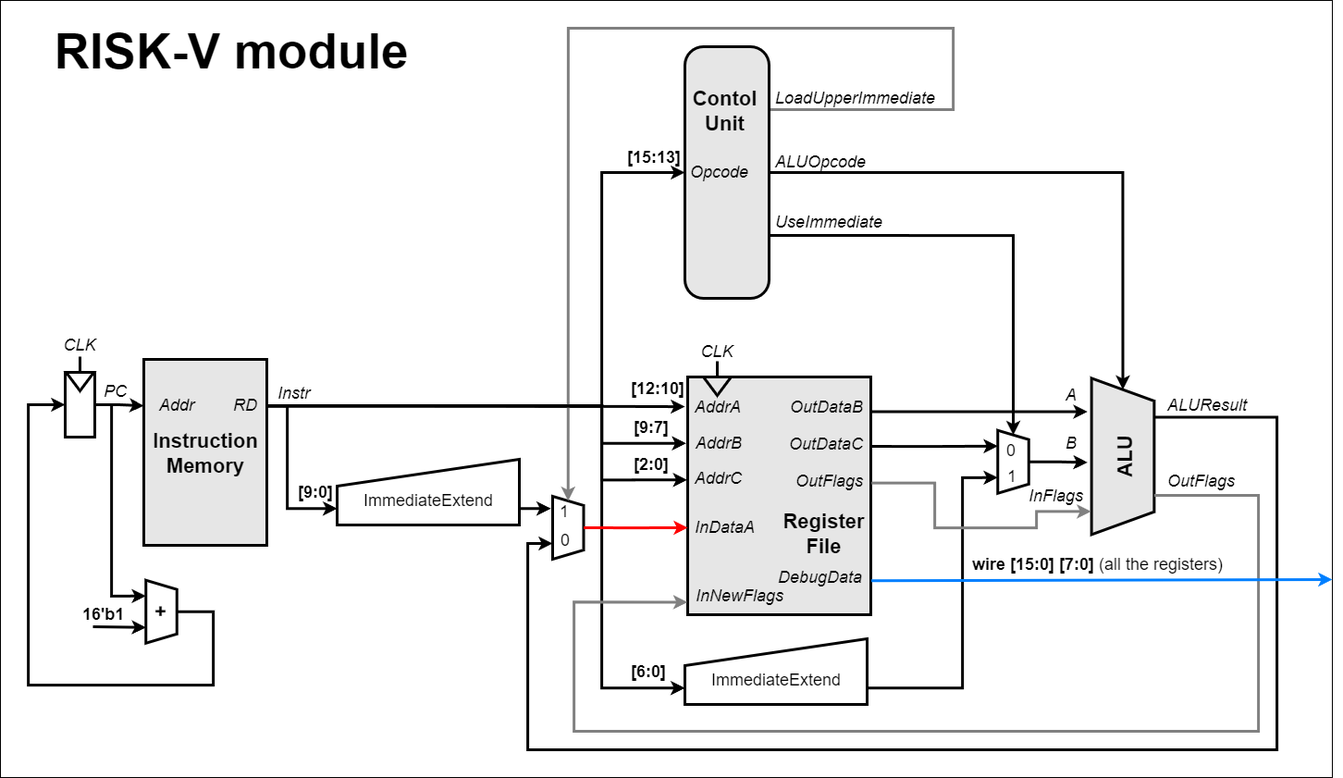
This is materials/diagram/diagram.png from superstudy160/RISC-V-i16-A-Project, a draw.io export, as it was before one commit. Source tidied: cells renumbered, new cells last; positions are measured from the earlier drawing's top-left corner, leaving out a move shared by most shapes.
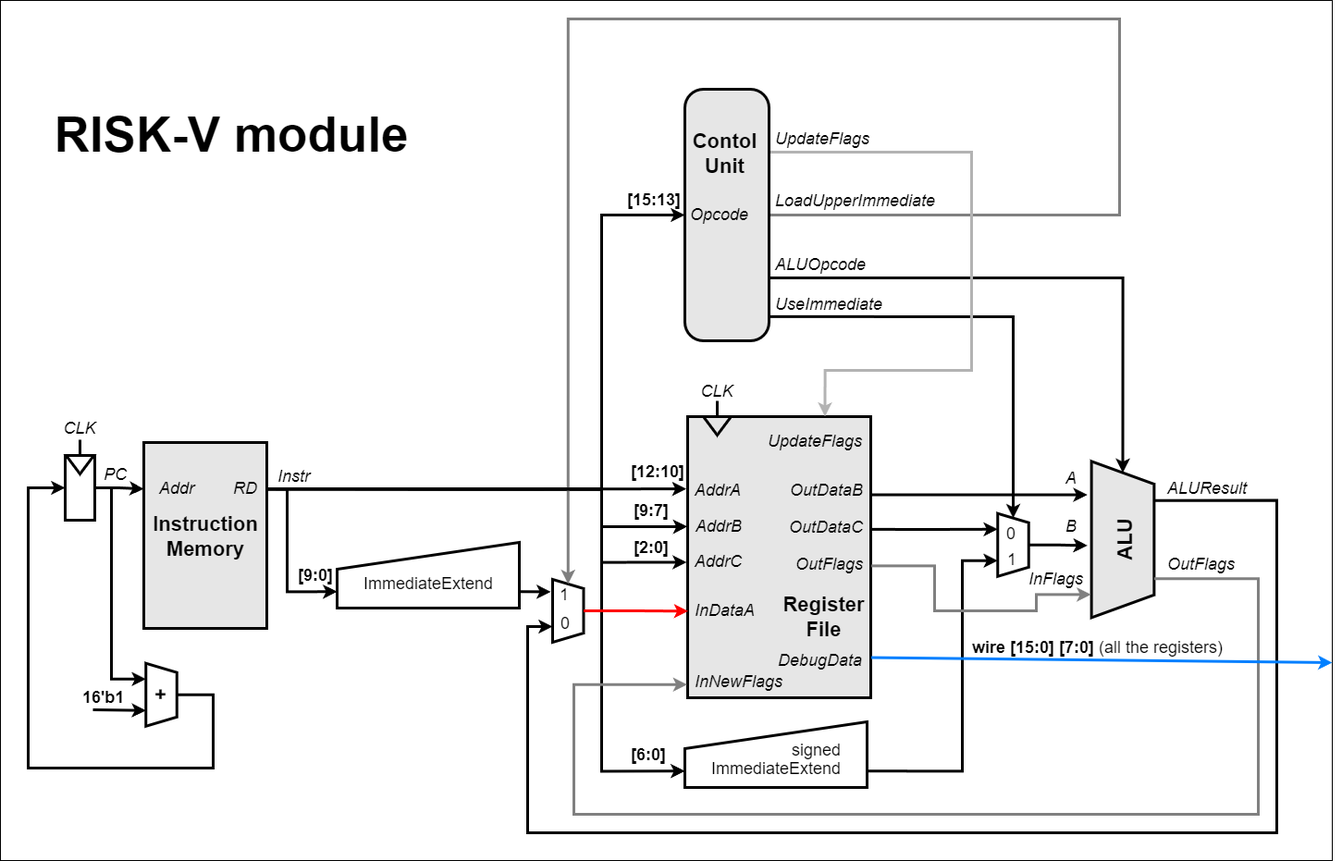
After the change.

What changed in the source:
```diff
@@ -3,7 +3,7 @@
     <mxCell id="0" />
     <mxCell id="1" parent="0" />
     <mxCell id="2" style="rounded=0;whiteSpace=wrap;html=1;" parent="1" vertex="1">
-      <mxGeometry width="1440" height="840" as="geometry" />
+      <mxGeometry y="-90" width="1440" height="930" as="geometry" />
     </mxCell>
     <mxCell id="3" style="edgeStyle=orthogonalEdgeStyle;rounded=0;jettySize=auto;html=1;exitX=1;exitY=0.25;exitDx=0;exitDy=0;entryX=0;entryY=0.75;entryDx=0;entryDy=0;strokeWidth=3;" parent="1" edge="1" source="6" target="18">
       <mxGeometry relative="1" as="geometry">
@@ -17,7 +17,7 @@
       <mxGeometry relative="1" as="geometry">
         <Array as="points">
           <mxPoint x="650" y="438" />
-          <mxPoint x="650" y="186" />
+          <mxPoint x="650" y="142" />
         </Array>
       </mxGeometry>
     </mxCell>
@@ -38,35 +38,44 @@
     <mxCell id="8" style="edgeStyle=orthogonalEdgeStyle;rounded=0;jettySize=auto;html=1;exitX=1;exitY=0.75;exitDx=0;exitDy=0;entryX=0.202;entryY=1.061;entryDx=0;entryDy=0;entryPerimeter=0;strokeWidth=3;" parent="1" edge="1" source="18" target="11">
       <mxGeometry relative="1" as="geometry" />
     </mxCell>
-    <mxCell id="9" style="edgeStyle=orthogonalEdgeStyle;rounded=0;jettySize=auto;html=1;exitX=0.999;exitY=0.292;exitDx=0;exitDy=0;entryX=0.25;entryY=1;entryDx=0;entryDy=0;exitPerimeter=0;strokeWidth=3;" parent="1" edge="1" source="10" target="35">
+    <mxCell id="9" style="edgeStyle=orthogonalEdgeStyle;rounded=0;jettySize=auto;html=1;exitX=1.002;exitY=0.401;exitDx=0;exitDy=0;entryX=0.25;entryY=1;entryDx=0;entryDy=0;exitPerimeter=0;strokeWidth=3;" parent="1" edge="1" source="10" target="35">
       <mxGeometry relative="1" as="geometry" />
     </mxCell>
     <mxCell id="10" style="rounded=0;whiteSpace=wrap;html=1;fillColor=#E6E6E6;strokeWidth=3;" parent="1" vertex="1">
-      <mxGeometry x="743" y="407" width="198" height="257" as="geometry" />
+      <mxGeometry x="743" y="360" width="198" height="304" as="geometry" />
     </mxCell>
     <mxCell id="11" style="shape=trapezoid;perimeter=trapezoidPerimeter;whiteSpace=wrap;html=1;fixedSize=1;rotation=90;fillColor=none;strokeWidth=3;size=9.929862039130967;" parent="1" vertex="1">
       <mxGeometry x="579.8" y="553.2" width="68" height="33.5" as="geometry" />
     </mxCell>
-    <mxCell id="12" style="edgeStyle=orthogonalEdgeStyle;rounded=0;jettySize=auto;html=1;exitX=1;exitY=0.25;exitDx=0;exitDy=0;entryX=-0.015;entryY=0.125;entryDx=0;entryDy=0;entryPerimeter=0;strokeWidth=3;" parent="1" edge="1" source="6" target="10">
+    <mxCell id="12" style="edgeStyle=orthogonalEdgeStyle;rounded=0;jettySize=auto;html=1;exitX=1;exitY=0.25;exitDx=0;exitDy=0;entryX=-0.007;entryY=0.257;entryDx=0;entryDy=0;strokeWidth=3;entryPerimeter=0;" parent="1" edge="1" source="6" target="10">
       <mxGeometry relative="1" as="geometry" />
     </mxCell>
-    <mxCell id="13" style="edgeStyle=orthogonalEdgeStyle;rounded=0;jettySize=auto;html=1;exitX=1;exitY=0.5;exitDx=0;exitDy=0;entryX=0;entryY=0.5;entryDx=0;entryDy=0;strokeWidth=3;" parent="1" edge="1" source="16" target="37">
+    <mxCell id="13" style="edgeStyle=orthogonalEdgeStyle;rounded=0;jettySize=auto;html=1;exitX=1;exitY=0.75;exitDx=0;exitDy=0;entryX=0;entryY=0.5;entryDx=0;entryDy=0;strokeWidth=3;" parent="1" edge="1" source="16" target="37">
       <mxGeometry relative="1" as="geometry" />
     </mxCell>
-    <mxCell id="14" style="edgeStyle=orthogonalEdgeStyle;rounded=0;jettySize=auto;html=1;exitX=1;exitY=0.75;exitDx=0;exitDy=0;entryX=0;entryY=0.5;entryDx=0;entryDy=0;strokeWidth=3;" parent="1" edge="1" source="16" target="35">
+    <mxCell id="14" style="edgeStyle=orthogonalEdgeStyle;rounded=0;jettySize=auto;html=1;exitX=1.005;exitY=0.904;exitDx=0;exitDy=0;entryX=0;entryY=0.5;entryDx=0;entryDy=0;strokeWidth=3;exitPerimeter=0;" parent="1" edge="1" source="16" target="35">
       <mxGeometry relative="1" as="geometry" />
     </mxCell>
-    <mxCell id="15" style="edgeStyle=orthogonalEdgeStyle;rounded=0;jettySize=auto;html=1;exitX=1;exitY=0.25;exitDx=0;exitDy=0;entryX=0;entryY=0.5;entryDx=0;entryDy=0;strokeWidth=3;strokeColor=#808080;" parent="1" edge="1" source="16" target="11">
+    <mxCell id="15" style="edgeStyle=orthogonalEdgeStyle;rounded=0;jettySize=auto;html=1;exitX=1;exitY=0.5;exitDx=0;exitDy=0;entryX=0;entryY=0.5;entryDx=0;entryDy=0;strokeWidth=3;strokeColor=#808080;" parent="1" edge="1" source="16" target="11">
       <mxGeometry relative="1" as="geometry">
         <Array as="points">
-          <mxPoint x="1030" y="118" />
-          <mxPoint x="1030" y="30" />
-          <mxPoint x="614" y="30" />
+          <mxPoint x="1210" y="142" />
+          <mxPoint x="1210" y="-70" />
+          <mxPoint x="614" y="-70" />
         </Array>
       </mxGeometry>
     </mxCell>
+    <mxCell id="85" style="edgeStyle=orthogonalEdgeStyle;html=1;exitX=1;exitY=0.25;exitDx=0;exitDy=0;entryX=0.75;entryY=0;entryDx=0;entryDy=0;strokeColor=#B3B3B3;strokeWidth=3;rounded=0;" parent="1" edge="1" source="16" target="10">
+      <mxGeometry relative="1" as="geometry">
+        <Array as="points">
+          <mxPoint x="1050" y="74" />
+          <mxPoint x="1050" y="310" />
+          <mxPoint x="892" y="310" />
+        </Array>
+      </mxGeometry>
+    </mxCell>
     <mxCell id="16" style="rounded=1;whiteSpace=wrap;html=1;fillColor=#E6E6E6;strokeWidth=3;arcSize=22;" parent="1" vertex="1">
-      <mxGeometry x="740" y="50" width="91" height="272" as="geometry" />
+      <mxGeometry x="740" y="6" width="91" height="272" as="geometry" />
     </mxCell>
     <mxCell id="17" style="group;" parent="1" vertex="1">
       <mxGeometry x="364" y="496" width="197" height="71" as="geometry" />
@@ -78,52 +87,53 @@
       <mxGeometry x="26.5" y="30" width="144" height="30" as="geometry" />
     </mxCell>
     <mxCell id="20" value="[15:13]" style="text;html=1;align=left;verticalAlign=middle;whiteSpace=wrap;rounded=0;fontSize=18;fontStyle=1;" parent="1" vertex="1">
-      <mxGeometry x="676" y="155" width="60" height="30" as="geometry" />
+      <mxGeometry x="676" y="111" width="60" height="30" as="geometry" />
     </mxCell>
     <mxCell id="21" value="&lt;font style=&quot;font-size: 22px;&quot;&gt;Contol Unit&lt;/font&gt;" style="text;html=1;align=center;verticalAlign=middle;whiteSpace=wrap;rounded=0;fontSize=18;fontStyle=1;" parent="1" vertex="1">
-      <mxGeometry x="740" y="90" width="87" height="60" as="geometry" />
+      <mxGeometry x="740" y="46" width="87" height="60" as="geometry" />
     </mxCell>
     <mxCell id="22" value="[12:10]" style="text;html=1;align=left;verticalAlign=middle;whiteSpace=wrap;rounded=0;fontSize=18;fontStyle=1;" parent="1" vertex="1">
-      <mxGeometry x="680" y="400" width="60" height="40" as="geometry" />
+      <mxGeometry x="680" y="400" width="50" height="40" as="geometry" />
     </mxCell>
     <mxCell id="23" style="triangle;whiteSpace=wrap;html=1;fillColor=none;strokeWidth=3;rotation=90;" parent="1" vertex="1">
-      <mxGeometry x="765" y="402" width="20" height="30" as="geometry" />
+      <mxGeometry x="765" y="355" width="20" height="30" as="geometry" />
     </mxCell>
     <mxCell id="24" value="AddrA" style="text;html=1;align=left;verticalAlign=middle;whiteSpace=wrap;rounded=0;fontSize=18;fontStyle=2;" parent="1" vertex="1">
       <mxGeometry x="749" y="420" width="60" height="40" as="geometry" />
     </mxCell>
     <mxCell id="25" value="CLK" style="text;html=1;align=center;verticalAlign=middle;whiteSpace=wrap;rounded=0;fontSize=18;fontStyle=2;" parent="1" vertex="1">
-      <mxGeometry x="745" y="370" width="60" height="20" as="geometry" />
+      <mxGeometry x="745" y="323" width="60" height="20" as="geometry" />
     </mxCell>
     <mxCell id="26" style="endArrow=none;html=1;rounded=0;exitX=0;exitY=0.5;exitDx=0;exitDy=0;entryX=0.5;entryY=1;entryDx=0;entryDy=0;strokeWidth=3;" parent="1" edge="1" source="23" target="25">
       <mxGeometry relative="1" as="geometry" />
     </mxCell>
-    <mxCell id="27" style="edgeStyle=orthogonalEdgeStyle;rounded=0;jettySize=auto;html=1;exitX=1;exitY=0.25;exitDx=0;exitDy=0;entryX=-0.008;entryY=0.279;entryDx=0;entryDy=0;entryPerimeter=0;strokeWidth=3;" parent="1" edge="1" source="6" target="10">
+    <mxCell id="27" style="edgeStyle=orthogonalEdgeStyle;rounded=0;jettySize=auto;html=1;exitX=1;exitY=0.25;exitDx=0;exitDy=0;strokeWidth=3;entryX=-0.002;entryY=0.391;entryDx=0;entryDy=0;entryPerimeter=0;" parent="1" edge="1" source="6" target="10">
       <mxGeometry relative="1" as="geometry">
         <Array as="points">
           <mxPoint x="650" y="438" />
           <mxPoint x="650" y="479" />
+          <mxPoint x="730" y="479" />
         </Array>
       </mxGeometry>
     </mxCell>
     <mxCell id="28" value="[9:7]" style="text;html=1;align=left;verticalAlign=middle;whiteSpace=wrap;rounded=0;fontSize=18;fontStyle=1;" parent="1" vertex="1">
-      <mxGeometry x="683" y="442" width="60" height="40" as="geometry" />
+      <mxGeometry x="683" y="442" width="37" height="40" as="geometry" />
     </mxCell>
     <mxCell id="29" value="AddrB" style="text;html=1;align=left;verticalAlign=middle;whiteSpace=wrap;rounded=0;fontSize=18;fontStyle=2;" parent="1" vertex="1">
       <mxGeometry x="750" y="459" width="60" height="40" as="geometry" />
     </mxCell>
-    <mxCell id="30" style="edgeStyle=orthogonalEdgeStyle;rounded=0;jettySize=auto;html=1;exitX=1;exitY=0.25;exitDx=0;exitDy=0;entryX=-0.003;entryY=0.433;entryDx=0;entryDy=0;entryPerimeter=0;strokeWidth=3;" parent="1" edge="1" source="6" target="10">
+    <mxCell id="30" style="edgeStyle=orthogonalEdgeStyle;rounded=0;jettySize=auto;html=1;exitX=1;exitY=0.25;exitDx=0;exitDy=0;entryX=-0.005;entryY=0.518;entryDx=0;entryDy=0;entryPerimeter=0;strokeWidth=3;" parent="1" edge="1" source="6" target="10">
       <mxGeometry relative="1" as="geometry">
         <Array as="points">
           <mxPoint x="650" y="438" />
-          <mxPoint x="650" y="518" />
+          <mxPoint x="650" y="517" />
         </Array>
       </mxGeometry>
     </mxCell>
     <mxCell id="31" value="AddrC" style="text;html=1;align=left;verticalAlign=middle;whiteSpace=wrap;rounded=0;fontSize=18;fontStyle=2;" parent="1" vertex="1">
       <mxGeometry x="749" y="497" width="60" height="40" as="geometry" />
     </mxCell>
-    <mxCell id="32" style="edgeStyle=orthogonalEdgeStyle;rounded=0;jettySize=auto;html=1;exitX=0.5;exitY=0;exitDx=0;exitDy=0;entryX=0.001;entryY=0.634;entryDx=0;entryDy=0;entryPerimeter=0;strokeWidth=3;fillColor=#f8cecc;strokeColor=#FF0000;" parent="1" edge="1" source="11" target="10">
+    <mxCell id="32" style="edgeStyle=orthogonalEdgeStyle;rounded=0;jettySize=auto;html=1;exitX=0.5;exitY=0;exitDx=0;exitDy=0;entryX=0.003;entryY=0.692;entryDx=0;entryDy=0;entryPerimeter=0;strokeWidth=3;fillColor=#f8cecc;strokeColor=#FF0000;" parent="1" edge="1" source="11" target="10">
       <mxGeometry relative="1" as="geometry" />
     </mxCell>
     <mxCell id="33" value="InDataA" style="text;html=1;align=left;verticalAlign=middle;whiteSpace=wrap;rounded=0;fontSize=18;fontStyle=2;" parent="1" vertex="1">
@@ -149,10 +159,10 @@
       <mxGeometry x="1129" y="459" width="169" height="67.8" as="geometry" />
     </mxCell>
     <mxCell id="38" value="ALUOpcode" style="text;html=1;align=left;verticalAlign=middle;whiteSpace=wrap;rounded=0;fontSize=18;fontStyle=2;" parent="1" vertex="1">
-      <mxGeometry x="836" y="155" width="109" height="40" as="geometry" />
+      <mxGeometry x="836" y="176" width="109" height="40" as="geometry" />
     </mxCell>
     <mxCell id="39" value="UseImmediate" style="text;html=1;align=left;verticalAlign=middle;whiteSpace=wrap;rounded=0;fontSize=18;fontStyle=2;" parent="1" vertex="1">
-      <mxGeometry x="836" y="220" width="134" height="40" as="geometry" />
+      <mxGeometry x="836" y="219" width="134" height="40" as="geometry" />
     </mxCell>
     <mxCell id="40" style="group;" parent="1" vertex="1">
       <mxGeometry x="740" y="690" width="197" height="71" as="geometry" />
@@ -160,9 +170,15 @@
     <mxCell id="41" value="&lt;p style=&quot;line-height: 120%;&quot;&gt;&lt;br&gt;&lt;/p&gt;" style="shape=manualInput;whiteSpace=wrap;html=1;fillColor=none;strokeWidth=3;size=29;align=center;" parent="40" vertex="1">
       <mxGeometry width="197" height="71" as="geometry" />
     </mxCell>
+    <mxCell id="86" style="group;" parent="40" vertex="1">
+      <mxGeometry x="26.5" y="16" width="144" height="50" as="geometry" />
+    </mxCell>
-    <mxCell id="42" value="ImmediateExtend" style="text;html=1;align=center;verticalAlign=middle;whiteSpace=wrap;rounded=0;fontSize=18;" parent="40" vertex="1">
-      <mxGeometry x="26.5" y="30" width="144" height="30" as="geometry" />
+    <mxCell id="42" value="ImmediateExtend" style="text;html=1;align=center;verticalAlign=middle;whiteSpace=wrap;rounded=0;fontSize=18;" parent="86" vertex="1">
+      <mxGeometry y="20" width="144" height="30" as="geometry" />
     </mxCell>
+    <mxCell id="87" value="signed" style="text;html=1;align=right;verticalAlign=middle;whiteSpace=wrap;rounded=0;fontSize=18;" parent="86" vertex="1">
+      <mxGeometry x="27" width="117" height="30" as="geometry" />
+    </mxCell>
     <mxCell id="43" value="1" style="text;html=1;align=left;verticalAlign=middle;whiteSpace=wrap;rounded=0;fontSize=18;fontStyle=0;" parent="1" vertex="1">
       <mxGeometry x="602.6" y="533" width="22.2" height="40" as="geometry" />
     </mxCell>
@@ -181,7 +197,7 @@
     <mxCell id="48" style="edgeStyle=orthogonalEdgeStyle;rounded=0;jettySize=auto;html=1;exitX=0.5;exitY=0;exitDx=0;exitDy=0;entryX=0.539;entryY=1.064;entryDx=0;entryDy=0;entryPerimeter=0;strokeWidth=3;" parent="1" edge="1" source="35" target="37">
       <mxGeometry relative="1" as="geometry" />
     </mxCell>
-    <mxCell id="49" style="edgeStyle=orthogonalEdgeStyle;rounded=0;jettySize=auto;html=1;exitX=1.003;exitY=0.146;exitDx=0;exitDy=0;entryX=0.214;entryY=1.064;entryDx=0;entryDy=0;entryPerimeter=0;strokeWidth=3;exitPerimeter=0;" parent="1" edge="1" source="10" target="37">
+    <mxCell id="49" style="edgeStyle=orthogonalEdgeStyle;rounded=0;jettySize=auto;html=1;exitX=1.001;exitY=0.278;exitDx=0;exitDy=0;entryX=0.214;entryY=1.064;entryDx=0;entryDy=0;entryPerimeter=0;strokeWidth=3;exitPerimeter=0;" parent="1" edge="1" source="10" target="37">
       <mxGeometry relative="1" as="geometry" />
     </mxCell>
     <mxCell id="50" style="edgeStyle=orthogonalEdgeStyle;rounded=0;jettySize=auto;html=1;exitX=1;exitY=0.75;exitDx=0;exitDy=0;entryX=0.75;entryY=1;entryDx=0;entryDy=0;strokeWidth=3;" parent="1" edge="1" source="41" target="35">
@@ -192,10 +208,10 @@
         </Array>
       </mxGeometry>
     </mxCell>
-    <mxCell id="51" style="edgeStyle=orthogonalEdgeStyle;rounded=0;jettySize=auto;html=1;exitX=1.004;exitY=0.446;exitDx=0;exitDy=0;entryX=0.852;entryY=1.008;entryDx=0;entryDy=0;entryPerimeter=0;exitPerimeter=0;strokeWidth=3;strokeColor=#808080;" parent="1" edge="1" source="10" target="37">
+    <mxCell id="51" style="edgeStyle=orthogonalEdgeStyle;rounded=0;jettySize=auto;html=1;exitX=1.003;exitY=0.531;exitDx=0;exitDy=0;entryX=0.852;entryY=1.008;entryDx=0;entryDy=0;entryPerimeter=0;exitPerimeter=0;strokeWidth=3;strokeColor=#808080;" parent="1" edge="1" source="10" target="37">
       <mxGeometry relative="1" as="geometry">
         <Array as="points">
-          <mxPoint x="1010" y="522" />
+          <mxPoint x="1010" y="521" />
           <mxPoint x="1010" y="570" />
           <mxPoint x="1120" y="570" />
           <mxPoint x="1120" y="552" />
@@ -224,9 +240,9 @@
       <mxGeometry x="830" y="604" width="104" height="40" as="geometry" />
     </mxCell>
     <mxCell id="59" value="InNewFlags" style="text;html=1;align=left;verticalAlign=middle;whiteSpace=wrap;rounded=0;fontSize=18;fontStyle=2;" parent="1" vertex="1">
-      <mxGeometry x="750" y="624" width="117" height="40" as="geometry" />
+      <mxGeometry x="749" y="627" width="117" height="40" as="geometry" />
     </mxCell>
-    <mxCell id="60" style="edgeStyle=orthogonalEdgeStyle;rounded=0;jettySize=auto;html=1;exitX=0.75;exitY=0;exitDx=0;exitDy=0;entryX=-0.001;entryY=0.947;entryDx=0;entryDy=0;entryPerimeter=0;strokeWidth=3;strokeColor=#808080;" parent="1" edge="1" source="37" target="10">
+    <mxCell id="60" style="edgeStyle=orthogonalEdgeStyle;rounded=0;jettySize=auto;html=1;exitX=0.75;exitY=0;exitDx=0;exitDy=0;strokeWidth=3;strokeColor=#808080;entryX=-0.002;entryY=0.953;entryDx=0;entryDy=0;entryPerimeter=0;" parent="1" edge="1" source="37" target="10">
       <mxGeometry relative="1" as="geometry">
         <Array as="points">
           <mxPoint x="1360" y="535" />
@@ -296,7 +312,7 @@
       <mxGeometry x="87" y="644" width="60" height="40" as="geometry" />
     </mxCell>
     <mxCell id="76" value="[2:0]" style="text;html=1;align=left;verticalAlign=middle;whiteSpace=wrap;rounded=0;fontSize=18;fontStyle=1;" parent="1" vertex="1">
-      <mxGeometry x="683" y="482" width="60" height="40" as="geometry" />
+      <mxGeometry x="683" y="482" width="37" height="40" as="geometry" />
     </mxCell>
     <mxCell id="77" value="[9:0]" style="text;html=1;align=left;verticalAlign=middle;whiteSpace=wrap;rounded=0;fontSize=18;fontStyle=1;" parent="1" vertex="1">
       <mxGeometry x="320" y="511.5" width="60" height="40" as="geometry" />
@@ -313,7 +329,7 @@
       <mxGeometry x="1049.2" y="590" width="350.8" height="40" as="geometry" />
     </mxCell>
     <mxCell id="81" value="Opcode" style="text;html=1;align=left;verticalAlign=middle;whiteSpace=wrap;rounded=0;fontSize=18;fontStyle=2;" parent="1" vertex="1">
-      <mxGeometry x="743.5" y="166" width="80" height="40" as="geometry" />
+      <mxGeometry x="743.5" y="122" width="80" height="40" as="geometry" />
     </mxCell>
     <mxCell id="82" value="&lt;font style=&quot;font-size: 22px;&quot;&gt;ALU&lt;/font&gt;" style="text;html=1;align=center;verticalAlign=middle;whiteSpace=wrap;rounded=0;fontSize=18;fontStyle=1;rotation=-90;" parent="1" vertex="1">
       <mxGeometry x="1173" y="462.9" width="87" height="60" as="geometry" />
@@ -322,7 +338,13 @@
       <mxGeometry width="500" height="110" as="geometry" />
     </mxCell>
     <mxCell id="84" value="LoadUpperImmediate" style="text;html=1;align=left;verticalAlign=middle;whiteSpace=wrap;rounded=0;fontSize=18;fontStyle=2;" parent="1" vertex="1">
-      <mxGeometry x="836" y="86" width="194" height="40" as="geometry" />
+      <mxGeometry x="836" y="107" width="194" height="40" as="geometry" />
     </mxCell>
+    <mxCell id="88" value="UpdateFlags" style="text;html=1;align=right;verticalAlign=middle;whiteSpace=wrap;rounded=0;fontSize=18;fontStyle=2;" parent="1" vertex="1">
+      <mxGeometry x="830" y="367" width="104" height="40" as="geometry" />
+    </mxCell>
+    <mxCell id="89" value="UpdateFlags" style="text;html=1;align=left;verticalAlign=middle;whiteSpace=wrap;rounded=0;fontSize=18;fontStyle=2;" parent="1" vertex="1">
+      <mxGeometry x="836" y="40" width="194" height="40" as="geometry" />
+    </mxCell>
   </root>
 </mxGraphModel>
```
